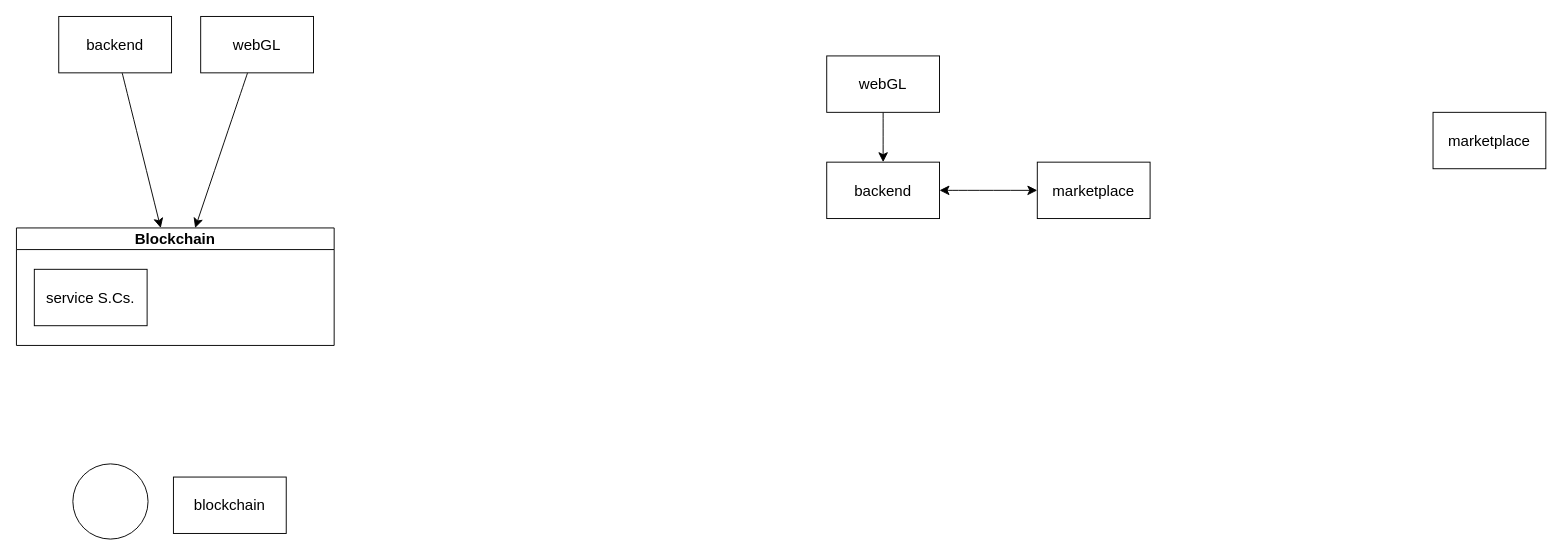
Above: qubix.drawio in careock/diagrams (draw.io), before the change. Source tidied: cells renumbered, new cells numbered last; positions are measured from the earlier drawing's top-left corner, leaving out a move shared by most shapes. Both pictures are drawn from the tidied source at 94%, with x=0, y=0 at pixel (16, 16).
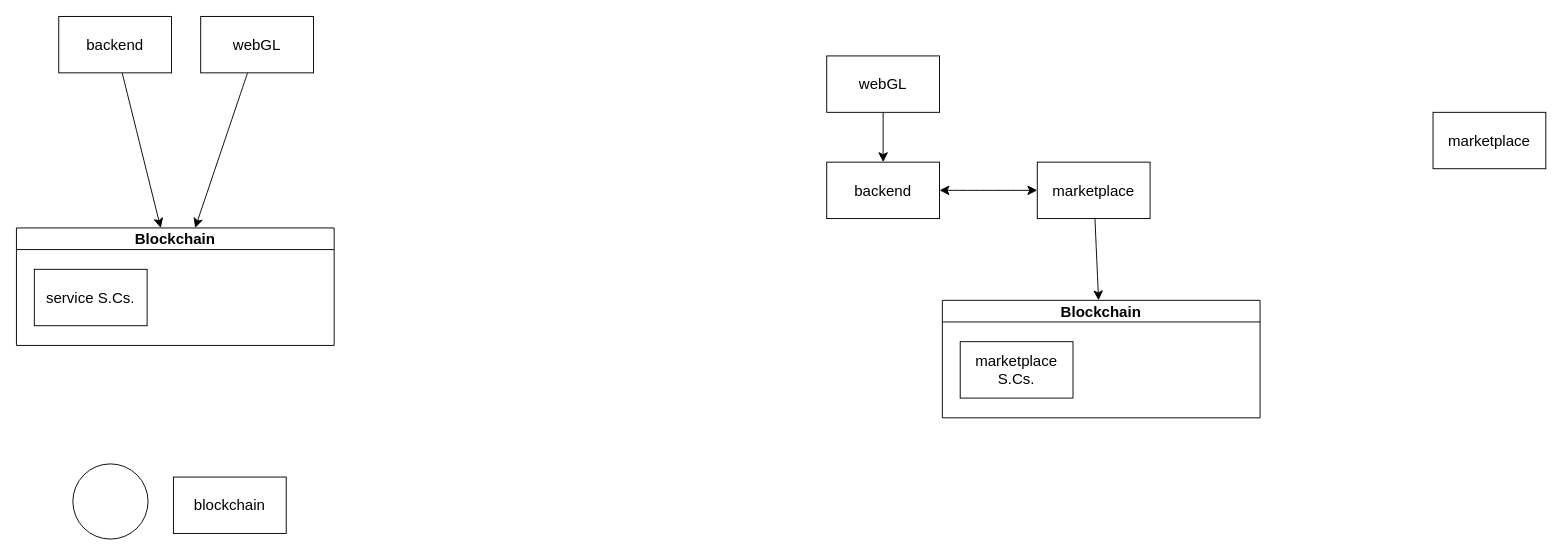
The same page after the edit.

Change to the diagram source:
```diff
@@
 <mxGraphModel>
   <root>
     <mxCell id="0" />
     <mxCell id="1" parent="0" />
     <mxCell id="2" value="backend" style="rounded=0;whiteSpace=wrap;html=1;fontSize=16;" parent="1" vertex="1">
       <mxGeometry x="45" width="120" height="60" as="geometry" />
     </mxCell>
     <mxCell id="3" style="ellipse;whiteSpace=wrap;html=1;fontSize=16;" parent="1" vertex="1">
       <mxGeometry x="60" y="476" width="80" height="80" as="geometry" />
     </mxCell>
     <mxCell id="4" style="edgeStyle=none;curved=1;rounded=0;jettySize=auto;html=1;fontSize=12;startSize=8;endSize=8;" parent="1" edge="1" source="2" target="7">
       <mxGeometry relative="1" as="geometry" />
     </mxCell>
     <mxCell id="5" value="webGL" style="rounded=0;whiteSpace=wrap;html=1;fontSize=16;" parent="1" vertex="1">
       <mxGeometry x="196" width="120" height="60" as="geometry" />
     </mxCell>
+    <mxCell id="16" style="edgeStyle=none;curved=1;rounded=0;jettySize=auto;html=1;fontSize=12;startSize=8;endSize=8;" parent="1" edge="1" source="6" target="17">
+      <mxGeometry relative="1" as="geometry" />
+    </mxCell>
     <mxCell id="6" value="marketplace" style="rounded=0;whiteSpace=wrap;html=1;fontSize=16;" parent="1" vertex="1">
       <mxGeometry x="1086" y="155" width="120" height="60" as="geometry" />
     </mxCell>
     <mxCell id="7" value="Blockchain" style="swimlane;whiteSpace=wrap;html=1;fontSize=16;" parent="1" vertex="1">
       <mxGeometry y="225" width="338" height="125" as="geometry" />
     </mxCell>
     <mxCell id="8" value="service S.Cs." style="rounded=0;whiteSpace=wrap;html=1;fontSize=16;" parent="7" vertex="1">
       <mxGeometry x="19" y="44" width="120" height="60" as="geometry" />
     </mxCell>
     <mxCell id="9" value="blockchain" style="rounded=0;whiteSpace=wrap;html=1;fontSize=16;" parent="1" vertex="1">
       <mxGeometry x="167" y="490" width="120" height="60" as="geometry" />
     </mxCell>
     <mxCell id="10" style="edgeStyle=none;curved=1;rounded=0;jettySize=auto;html=1;fontSize=12;startSize=8;endSize=8;" parent="1" edge="1" source="5" target="7">
       <mxGeometry relative="1" as="geometry" />
     </mxCell>
     <mxCell id="11" style="edgeStyle=none;curved=1;rounded=0;jettySize=auto;html=1;fontSize=12;startSize=8;endSize=8;startArrow=classic;startFill=1;" parent="1" edge="1" source="12" target="6">
       <mxGeometry relative="1" as="geometry" />
     </mxCell>
     <mxCell id="12" value="backend" style="rounded=0;whiteSpace=wrap;html=1;fontSize=16;" parent="1" vertex="1">
       <mxGeometry x="862" y="155" width="120" height="60" as="geometry" />
     </mxCell>
     <mxCell id="13" style="edgeStyle=none;curved=1;rounded=0;jettySize=auto;html=1;fontSize=12;startSize=8;endSize=8;" parent="1" edge="1" source="14" target="12">
       <mxGeometry relative="1" as="geometry" />
     </mxCell>
     <mxCell id="14" value="webGL" style="rounded=0;whiteSpace=wrap;html=1;fontSize=16;" parent="1" vertex="1">
       <mxGeometry x="862" y="42" width="120" height="60" as="geometry" />
     </mxCell>
     <mxCell id="15" value="marketplace" style="rounded=0;whiteSpace=wrap;html=1;fontSize=16;" parent="1" vertex="1">
       <mxGeometry x="1507" y="102" width="120" height="60" as="geometry" />
     </mxCell>
+    <mxCell id="17" value="Blockchain" style="swimlane;whiteSpace=wrap;html=1;fontSize=16;" parent="1" vertex="1">
+      <mxGeometry x="985" y="302" width="338" height="125" as="geometry" />
+    </mxCell>
+    <mxCell id="18" value="marketplace S.Cs." style="rounded=0;whiteSpace=wrap;html=1;fontSize=16;" parent="17" vertex="1">
+      <mxGeometry x="19" y="44" width="120" height="60" as="geometry" />
+    </mxCell>
   </root>
 </mxGraphModel>
```
